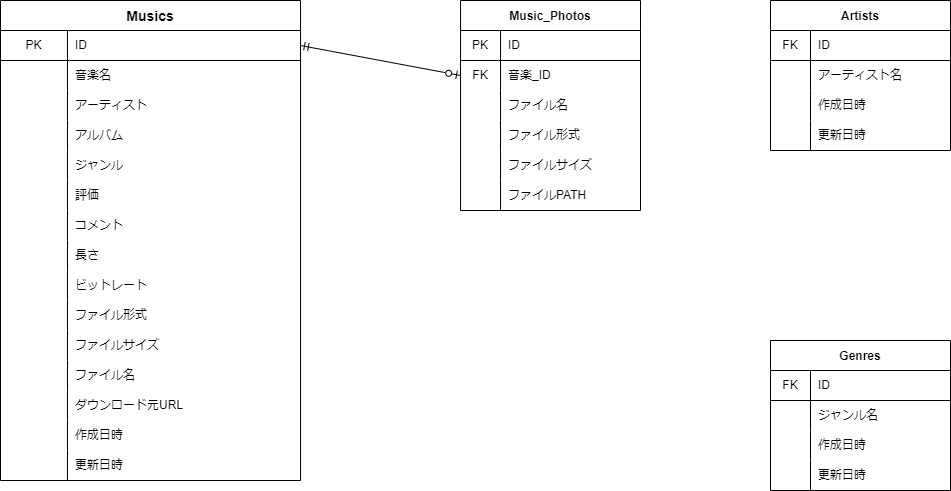
monomonosu/SoundHornet-React keeps this draw.io diagram as er.drawio.png. Above is the earlier version. Source tidied: cells renumbered, new cells last; positions are measured from the earlier drawing's top-left corner, leaving out a move shared by most shapes.
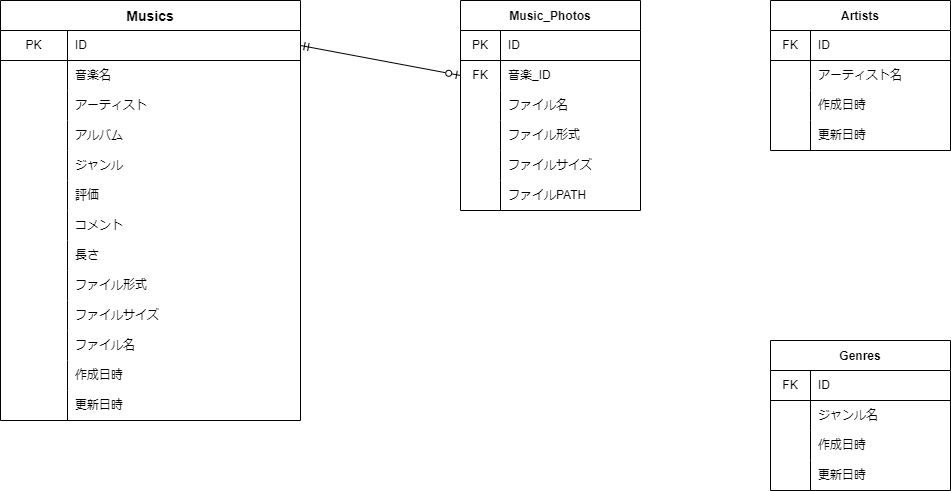
Above is the later version.

Change to the diagram source:
```diff
@@ -3,7 +3,7 @@
     <mxCell id="0" />
     <mxCell id="1" parent="0" />
     <mxCell id="2" value="Musics" style="shape=table;startSize=30;rowLines=0;fontStyle=1;align=center;fontSize=14;" parent="1" vertex="1">
-      <mxGeometry width="300" height="480" as="geometry" />
+      <mxGeometry width="300" height="420" as="geometry" />
     </mxCell>
     <mxCell id="3" style="shape=partialRectangle;html=1;whiteSpace=wrap;fillColor=none;top=0;left=0;bottom=1;right=0;points=[[0,0.5],[1,0.5]];portConstraint=eastwest;" parent="2" vertex="1">
       <mxGeometry y="30" width="300" height="30" as="geometry" />
@@ -77,17 +77,8 @@
     <mxCell id="26" value="長さ" style="shape=partialRectangle;html=1;whiteSpace=wrap;fillColor=none;top=0;left=0;bottom=0;right=0;align=left;spacingLeft=6;overflow=hidden;" parent="24" vertex="1">
       <mxGeometry x="67" width="233" height="30" as="geometry" />
     </mxCell>
-    <mxCell id="27" style="shape=partialRectangle;html=1;whiteSpace=wrap;fillColor=none;top=0;left=0;bottom=0;right=0;" parent="2" vertex="1">
-      <mxGeometry y="270" width="300" height="30" as="geometry" />
-    </mxCell>
-    <mxCell id="28" style="shape=partialRectangle;html=1;whiteSpace=wrap;fillColor=none;top=0;left=0;bottom=0;right=0;overflow=hidden;" parent="27" vertex="1">
-      <mxGeometry width="67" height="30" as="geometry" />
-    </mxCell>
-    <mxCell id="29" value="ビットレート" style="shape=partialRectangle;html=1;whiteSpace=wrap;fillColor=none;top=0;left=0;bottom=0;right=0;align=left;spacingLeft=6;overflow=hidden;" parent="27" vertex="1">
-      <mxGeometry x="67" width="233" height="30" as="geometry" />
-    </mxCell>
     <mxCell id="30" style="shape=partialRectangle;html=1;whiteSpace=wrap;fillColor=none;top=0;left=0;bottom=0;right=0;" parent="2" vertex="1">
-      <mxGeometry y="300" width="300" height="30" as="geometry" />
+      <mxGeometry y="270" width="300" height="30" as="geometry" />
     </mxCell>
     <mxCell id="31" style="shape=partialRectangle;html=1;whiteSpace=wrap;fillColor=none;top=0;left=0;bottom=0;right=0;overflow=hidden;" parent="30" vertex="1">
       <mxGeometry width="67" height="30" as="geometry" />
@@ -96,7 +87,7 @@
       <mxGeometry x="67" width="233" height="30" as="geometry" />
     </mxCell>
     <mxCell id="33" style="shape=partialRectangle;html=1;whiteSpace=wrap;fillColor=none;top=0;left=0;bottom=0;right=0;" parent="2" vertex="1">
-      <mxGeometry y="330" width="300" height="30" as="geometry" />
+      <mxGeometry y="300" width="300" height="30" as="geometry" />
     </mxCell>
     <mxCell id="34" style="shape=partialRectangle;html=1;whiteSpace=wrap;fillColor=none;top=0;left=0;bottom=0;right=0;overflow=hidden;" parent="33" vertex="1">
       <mxGeometry width="67" height="30" as="geometry" />
@@ -105,7 +96,7 @@
       <mxGeometry x="67" width="233" height="30" as="geometry" />
     </mxCell>
     <mxCell id="36" style="shape=partialRectangle;html=1;whiteSpace=wrap;fillColor=none;top=0;left=0;bottom=0;right=0;" parent="2" vertex="1">
-      <mxGeometry y="360" width="300" height="30" as="geometry" />
+      <mxGeometry y="330" width="300" height="30" as="geometry" />
     </mxCell>
     <mxCell id="37" style="shape=partialRectangle;html=1;whiteSpace=wrap;fillColor=none;top=0;left=0;bottom=0;right=0;overflow=hidden;" parent="36" vertex="1">
       <mxGeometry width="67" height="30" as="geometry" />
@@ -113,17 +104,8 @@
     <mxCell id="38" value="ファイル名" style="shape=partialRectangle;html=1;whiteSpace=wrap;fillColor=none;top=0;left=0;bottom=0;right=0;align=left;spacingLeft=6;overflow=hidden;" parent="36" vertex="1">
       <mxGeometry x="67" width="233" height="30" as="geometry" />
     </mxCell>
-    <mxCell id="39" style="shape=partialRectangle;html=1;whiteSpace=wrap;fillColor=none;top=0;left=0;bottom=0;right=0;" parent="2" vertex="1">
-      <mxGeometry y="390" width="300" height="30" as="geometry" />
-    </mxCell>
-    <mxCell id="40" style="shape=partialRectangle;html=1;whiteSpace=wrap;fillColor=none;top=0;left=0;bottom=0;right=0;overflow=hidden;" parent="39" vertex="1">
-      <mxGeometry width="67" height="30" as="geometry" />
-    </mxCell>
-    <mxCell id="41" value="ダウンロード元URL" style="shape=partialRectangle;html=1;whiteSpace=wrap;fillColor=none;top=0;left=0;bottom=0;right=0;align=left;spacingLeft=6;overflow=hidden;" parent="39" vertex="1">
-      <mxGeometry x="67" width="233" height="30" as="geometry" />
-    </mxCell>
     <mxCell id="42" style="shape=partialRectangle;html=1;whiteSpace=wrap;fillColor=none;top=0;left=0;bottom=0;right=0;" parent="2" vertex="1">
-      <mxGeometry y="420" width="300" height="30" as="geometry" />
+      <mxGeometry y="360" width="300" height="30" as="geometry" />
     </mxCell>
     <mxCell id="43" style="shape=partialRectangle;html=1;whiteSpace=wrap;fillColor=none;top=0;left=0;bottom=0;right=0;overflow=hidden;" parent="42" vertex="1">
       <mxGeometry width="67" height="30" as="geometry" />
@@ -132,7 +114,7 @@
       <mxGeometry x="67" width="233" height="30" as="geometry" />
     </mxCell>
     <mxCell id="45" style="shape=partialRectangle;html=1;whiteSpace=wrap;fillColor=none;top=0;left=0;bottom=0;right=0;" parent="2" vertex="1">
-      <mxGeometry y="450" width="300" height="30" as="geometry" />
+      <mxGeometry y="390" width="300" height="30" as="geometry" />
     </mxCell>
     <mxCell id="46" style="shape=partialRectangle;html=1;whiteSpace=wrap;fillColor=none;top=0;left=0;bottom=0;right=0;overflow=hidden;" parent="45" vertex="1">
       <mxGeometry width="67" height="30" as="geometry" />
```
